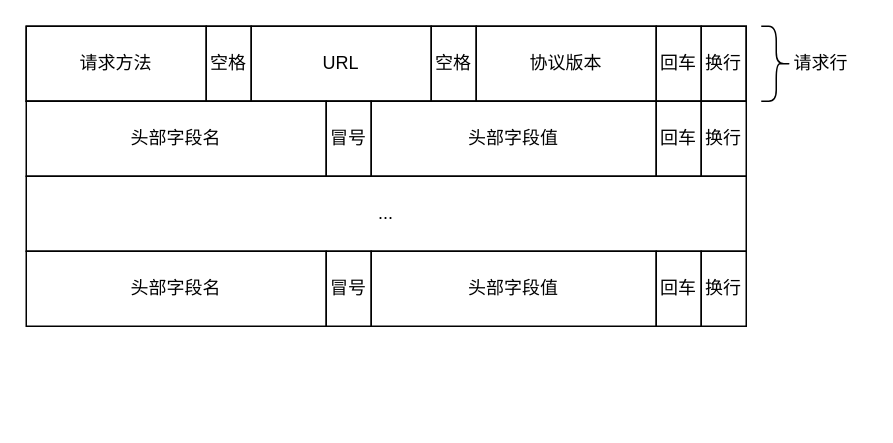
leonce28/draw-io-img keeps this draw.io diagram as img/ck http request.drawio. Above is the earlier version. Source tidied: cells renumbered, new cells numbered last; positions are measured from the earlier drawing's top-left corner, leaving out a move shared by most shapes. Both pictures are drawn from the tidied source at 150%, with x=0, y=0 at pixel (26, 26).
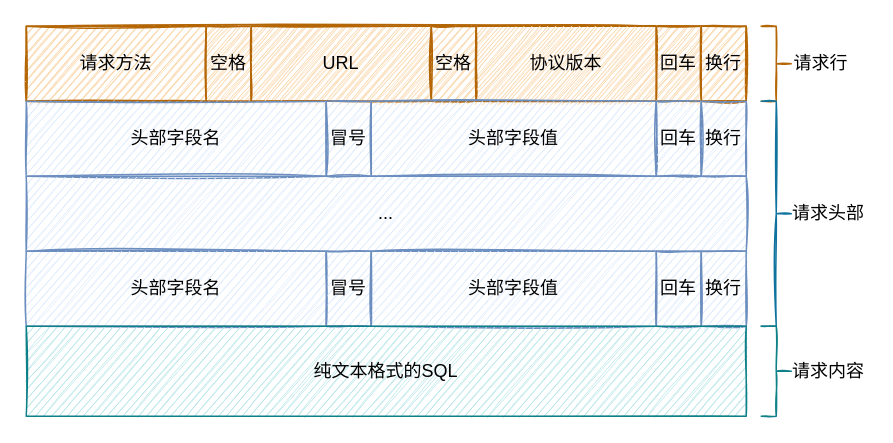
Above is the later version.

What changed in the source:
```diff
@@
-    <mxCell id="2" style="rounded=0;whiteSpace=wrap;html=1;fillStyle=auto;fillColor=none;gradientColor=none;gradientDirection=north;" parent="1" vertex="1">
+    <mxCell id="2" style="rounded=0;whiteSpace=wrap;html=1;fillStyle=auto;fillColor=#fad7ac;gradientDirection=north;sketch=1;strokeColor=#b46504;" parent="1" vertex="1">
       <mxGeometry width="480" height="50" as="geometry" />
     </mxCell>
-    <mxCell id="3" value="请求方法" style="rounded=0;whiteSpace=wrap;html=1;fillStyle=auto;fillColor=none;gradientColor=none;gradientDirection=north;" parent="1" vertex="1">
+    <mxCell id="3" value="请求方法" style="rounded=0;whiteSpace=wrap;html=1;fillStyle=auto;fillColor=#fad7ac;gradientDirection=north;sketch=1;strokeColor=#b46504;" parent="1" vertex="1">
       <mxGeometry width="120" height="50" as="geometry" />
     </mxCell>
-    <mxCell id="4" value="空格" style="rounded=0;whiteSpace=wrap;html=1;fillStyle=auto;fillColor=none;gradientColor=none;gradientDirection=north;" parent="1" vertex="1">
+    <mxCell id="4" value="空格" style="rounded=0;whiteSpace=wrap;html=1;fillStyle=auto;fillColor=#fad7ac;gradientDirection=north;sketch=1;strokeColor=#b46504;" parent="1" vertex="1">
       <mxGeometry x="120" width="30" height="50" as="geometry" />
     </mxCell>
-    <mxCell id="5" value="URL" style="rounded=0;whiteSpace=wrap;html=1;fillStyle=auto;fillColor=none;gradientColor=none;gradientDirection=north;" parent="1" vertex="1">
+    <mxCell id="5" value="URL" style="rounded=0;whiteSpace=wrap;html=1;fillStyle=auto;fillColor=#fad7ac;gradientDirection=north;sketch=1;strokeColor=#b46504;" parent="1" vertex="1">
       <mxGeometry x="150" width="120" height="50" as="geometry" />
     </mxCell>
-    <mxCell id="6" value="空格" style="rounded=0;whiteSpace=wrap;html=1;fillStyle=auto;fillColor=none;gradientColor=none;gradientDirection=north;" parent="1" vertex="1">
+    <mxCell id="6" value="空格" style="rounded=0;whiteSpace=wrap;html=1;fillStyle=auto;fillColor=#fad7ac;gradientDirection=north;sketch=1;strokeColor=#b46504;" parent="1" vertex="1">
       <mxGeometry x="270" width="30" height="50" as="geometry" />
     </mxCell>
-    <mxCell id="7" value="协议版本" style="rounded=0;whiteSpace=wrap;html=1;fillStyle=auto;fillColor=none;gradientColor=none;gradientDirection=north;" parent="1" vertex="1">
+    <mxCell id="7" value="协议版本" style="rounded=0;whiteSpace=wrap;html=1;fillStyle=auto;fillColor=#fad7ac;gradientDirection=north;sketch=1;strokeColor=#b46504;" parent="1" vertex="1">
       <mxGeometry x="300" width="120" height="50" as="geometry" />
     </mxCell>
-    <mxCell id="8" value="回车" style="rounded=0;whiteSpace=wrap;html=1;fillStyle=auto;fillColor=none;gradientColor=none;gradientDirection=north;" parent="1" vertex="1">
+    <mxCell id="8" value="回车" style="rounded=0;whiteSpace=wrap;html=1;fillStyle=auto;fillColor=#fad7ac;gradientDirection=north;sketch=1;strokeColor=#b46504;" parent="1" vertex="1">
       <mxGeometry x="420" width="30" height="50" as="geometry" />
     </mxCell>
-    <mxCell id="9" value="换行" style="rounded=0;whiteSpace=wrap;html=1;fillStyle=auto;fillColor=none;gradientColor=none;gradientDirection=north;" parent="1" vertex="1">
+    <mxCell id="9" value="换行" style="rounded=0;whiteSpace=wrap;html=1;fillStyle=auto;fillColor=#fad7ac;gradientDirection=north;sketch=1;strokeColor=#b46504;" parent="1" vertex="1">
       <mxGeometry x="450" width="30" height="50" as="geometry" />
     </mxCell>
-    <mxCell id="10" style="shape=curlyBracket;whiteSpace=wrap;html=1;rounded=1;flipH=1;fillStyle=auto;fillColor=none;gradientColor=none;gradientDirection=north;" parent="1" vertex="1">
+    <mxCell id="10" style="shape=curlyBracket;whiteSpace=wrap;html=1;rounded=0;flipH=1;fillStyle=auto;fillColor=#fad7ac;gradientDirection=north;sketch=1;strokeColor=#b46504;" parent="1" vertex="1">
       <mxGeometry x="490" width="20" height="50" as="geometry" />
     </mxCell>
-    <mxCell id="11" value="请求行" style="text;html=1;strokeColor=none;fillColor=none;align=center;verticalAlign=middle;whiteSpace=wrap;rounded=0;fillStyle=auto;" parent="1" vertex="1">
+    <mxCell id="11" value="请求行" style="text;html=1;align=center;verticalAlign=middle;whiteSpace=wrap;rounded=0;fillStyle=auto;sketch=1;" parent="1" vertex="1">
       <mxGeometry x="510" y="10" width="40" height="30" as="geometry" />
     </mxCell>
-    <mxCell id="12" value="头部字段名" style="rounded=0;whiteSpace=wrap;html=1;fillStyle=auto;fillColor=none;gradientColor=none;gradientDirection=north;" parent="1" vertex="1">
+    <mxCell id="12" value="头部字段名" style="rounded=0;whiteSpace=wrap;html=1;fillStyle=auto;fillColor=#dae8fc;gradientDirection=north;sketch=1;strokeColor=#6c8ebf;" parent="1" vertex="1">
       <mxGeometry y="50" width="200" height="50" as="geometry" />
     </mxCell>
-    <mxCell id="13" value="冒号" style="rounded=0;whiteSpace=wrap;html=1;fillStyle=auto;fillColor=none;gradientColor=none;gradientDirection=north;" parent="1" vertex="1">
+    <mxCell id="13" value="冒号" style="rounded=0;whiteSpace=wrap;html=1;fillStyle=auto;fillColor=#dae8fc;gradientDirection=north;sketch=1;strokeColor=#6c8ebf;" parent="1" vertex="1">
       <mxGeometry x="200" y="50" width="30" height="50" as="geometry" />
     </mxCell>
-    <mxCell id="14" value="头部字段值" style="rounded=0;whiteSpace=wrap;html=1;fillStyle=auto;fillColor=none;gradientColor=none;gradientDirection=north;" parent="1" vertex="1">
+    <mxCell id="14" value="头部字段值" style="rounded=0;whiteSpace=wrap;html=1;fillStyle=auto;fillColor=#dae8fc;gradientDirection=north;sketch=1;strokeColor=#6c8ebf;" parent="1" vertex="1">
       <mxGeometry x="230" y="50" width="190" height="50" as="geometry" />
     </mxCell>
-    <mxCell id="15" value="回车" style="rounded=0;whiteSpace=wrap;html=1;fillStyle=auto;fillColor=none;gradientColor=none;gradientDirection=north;" parent="1" vertex="1">
+    <mxCell id="15" value="回车" style="rounded=0;whiteSpace=wrap;html=1;fillStyle=auto;fillColor=#dae8fc;gradientDirection=north;sketch=1;strokeColor=#6c8ebf;" parent="1" vertex="1">
       <mxGeometry x="420" y="50" width="30" height="50" as="geometry" />
     </mxCell>
-    <mxCell id="16" value="换行" style="rounded=0;whiteSpace=wrap;html=1;fillStyle=auto;fillColor=none;gradientColor=none;gradientDirection=north;" parent="1" vertex="1">
+    <mxCell id="16" value="换行" style="rounded=0;whiteSpace=wrap;html=1;fillStyle=auto;fillColor=#dae8fc;gradientDirection=north;sketch=1;strokeColor=#6c8ebf;" parent="1" vertex="1">
       <mxGeometry x="450" y="50" width="30" height="50" as="geometry" />
     </mxCell>
-    <mxCell id="17" value="..." style="rounded=0;whiteSpace=wrap;html=1;fillStyle=auto;fillColor=none;gradientColor=none;gradientDirection=north;" parent="1" vertex="1">
+    <mxCell id="17" value="..." style="rounded=0;whiteSpace=wrap;html=1;fillStyle=auto;fillColor=#dae8fc;gradientDirection=north;sketch=1;strokeColor=#6c8ebf;" parent="1" vertex="1">
       <mxGeometry y="100" width="480" height="50" as="geometry" />
     </mxCell>
-    <mxCell id="18" value="头部字段名" style="rounded=0;whiteSpace=wrap;html=1;fillStyle=auto;fillColor=none;gradientColor=none;gradientDirection=north;" parent="1" vertex="1">
+    <mxCell id="18" value="头部字段名" style="rounded=0;whiteSpace=wrap;html=1;fillStyle=auto;fillColor=#dae8fc;gradientDirection=north;sketch=1;strokeColor=#6c8ebf;" parent="1" vertex="1">
       <mxGeometry y="150" width="200" height="50" as="geometry" />
     </mxCell>
-    <mxCell id="19" value="冒号" style="rounded=0;whiteSpace=wrap;html=1;fillStyle=auto;fillColor=none;gradientColor=none;gradientDirection=north;" parent="1" vertex="1">
+    <mxCell id="19" value="冒号" style="rounded=0;whiteSpace=wrap;html=1;fillStyle=auto;fillColor=#dae8fc;gradientDirection=north;sketch=1;strokeColor=#6c8ebf;" parent="1" vertex="1">
       <mxGeometry x="200" y="150" width="30" height="50" as="geometry" />
     </mxCell>
-    <mxCell id="20" value="头部字段值" style="rounded=0;whiteSpace=wrap;html=1;fillStyle=auto;fillColor=none;gradientColor=none;gradientDirection=north;" parent="1" vertex="1">
+    <mxCell id="20" value="头部字段值" style="rounded=0;whiteSpace=wrap;html=1;fillStyle=auto;fillColor=#dae8fc;gradientDirection=north;sketch=1;strokeColor=#6c8ebf;" parent="1" vertex="1">
       <mxGeometry x="230" y="150" width="190" height="50" as="geometry" />
     </mxCell>
-    <mxCell id="21" value="回车" style="rounded=0;whiteSpace=wrap;html=1;fillStyle=auto;fillColor=none;gradientColor=none;gradientDirection=north;" parent="1" vertex="1">
+    <mxCell id="21" value="回车" style="rounded=0;whiteSpace=wrap;html=1;fillStyle=auto;fillColor=#dae8fc;gradientDirection=north;sketch=1;strokeColor=#6c8ebf;" parent="1" vertex="1">
       <mxGeometry x="420" y="150" width="30" height="50" as="geometry" />
     </mxCell>
-    <mxCell id="22" value="换行" style="rounded=0;whiteSpace=wrap;html=1;fillStyle=auto;fillColor=none;gradientColor=none;gradientDirection=north;" parent="1" vertex="1">
+    <mxCell id="22" value="换行" style="rounded=0;whiteSpace=wrap;html=1;fillStyle=auto;fillColor=#dae8fc;gradientDirection=north;sketch=1;strokeColor=#6c8ebf;" parent="1" vertex="1">
       <mxGeometry x="450" y="150" width="30" height="50" as="geometry" />
     </mxCell>
+    <mxCell id="23" style="shape=curlyBracket;whiteSpace=wrap;html=1;rounded=0;flipH=1;fillStyle=auto;gradientDirection=north;sketch=1;fillColor=#b1ddf0;strokeColor=#10739e;" parent="1" vertex="1">
+      <mxGeometry x="490" y="50" width="20" height="150" as="geometry" />
+    </mxCell>
+    <mxCell id="24" value="请求头部" style="text;html=1;align=center;verticalAlign=middle;whiteSpace=wrap;rounded=0;fillStyle=auto;sketch=1;" parent="1" vertex="1">
+      <mxGeometry x="510" y="110" width="50" height="30" as="geometry" />
+    </mxCell>
+    <mxCell id="25" value="纯文本格式的SQL" style="rounded=0;whiteSpace=wrap;html=1;fillStyle=auto;fillColor=#b0e3e6;gradientDirection=north;sketch=1;strokeColor=#0e8088;" parent="1" vertex="1">
+      <mxGeometry y="200" width="480" height="60" as="geometry" />
+    </mxCell>
+    <mxCell id="26" style="shape=curlyBracket;whiteSpace=wrap;html=1;rounded=0;flipH=1;fillStyle=auto;fillColor=#b0e3e6;gradientDirection=north;sketch=1;strokeColor=#0e8088;" parent="1" vertex="1">
+      <mxGeometry x="490" y="200" width="20" height="60" as="geometry" />
+    </mxCell>
+    <mxCell id="27" value="请求内容" style="text;html=1;align=center;verticalAlign=middle;whiteSpace=wrap;rounded=0;fillStyle=auto;sketch=1;" parent="1" vertex="1">
+      <mxGeometry x="510" y="215" width="50" height="30" as="geometry" />
+    </mxCell>
```
